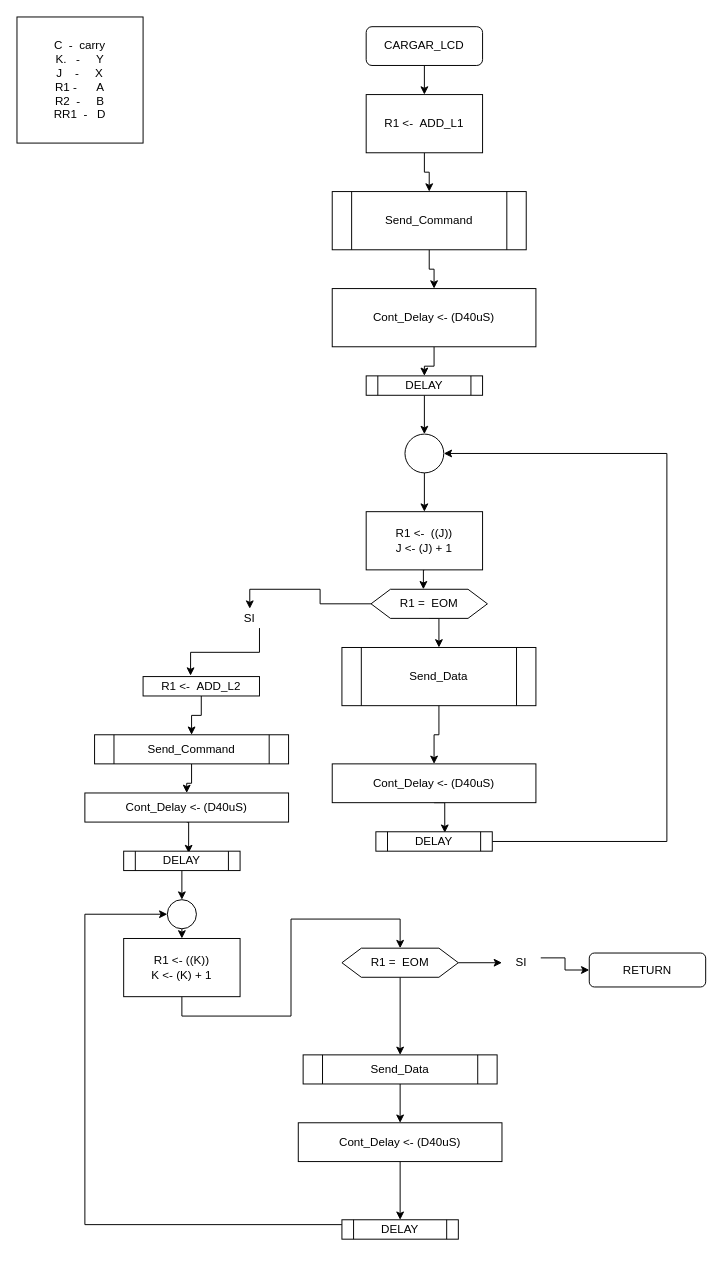
Earlier version of the draw.io diagram 8_runmeter623/diagrams/9_cargar_lcd.drawio (brown9804/Dragon12_MC9S12DP256). Source tidied: cells renumbered, new cells numbered last; positions are measured from the earlier drawing's top-left corner, leaving out a move shared by most shapes. Both pictures are drawn from the tidied source at 97%, with x=0, y=0 at pixel (16, 16).
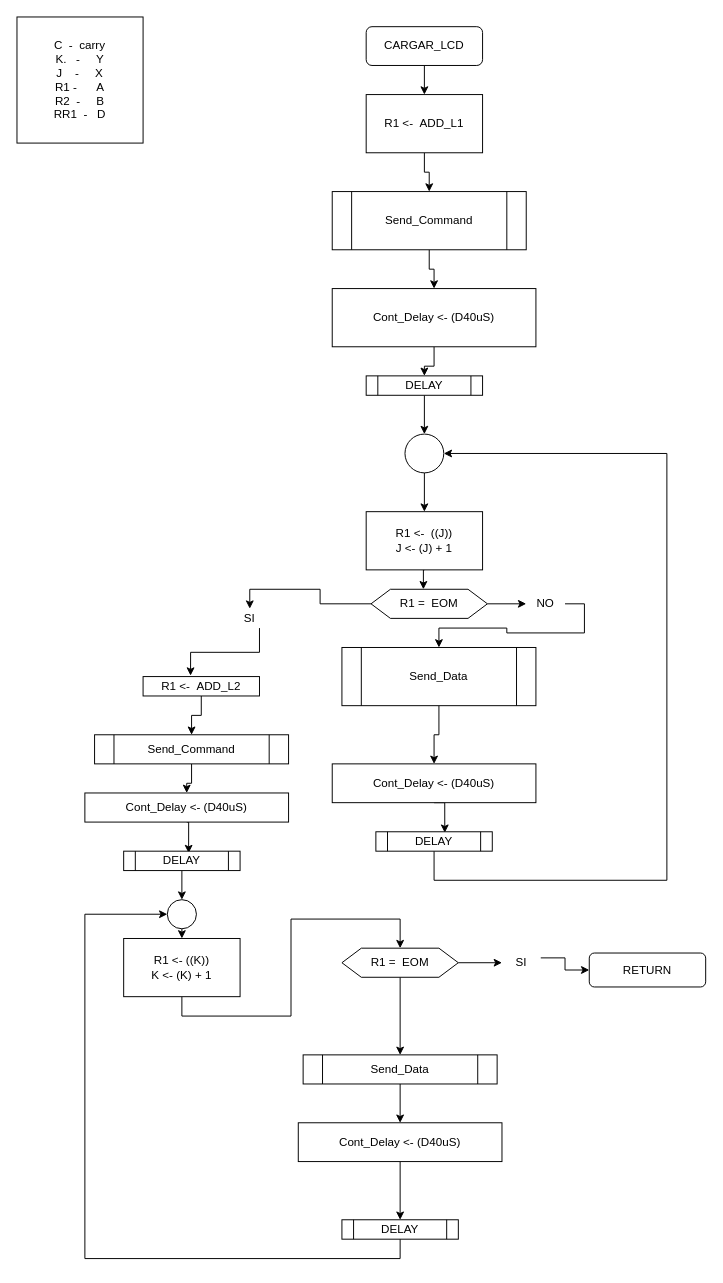
The same page after the edit.

Commit message:
final -> cargar_lcd ✅

The change refers to these unchanged cells:
```xml
<mxCell id="14" style="ellipse;whiteSpace=wrap;html=1;" parent="1" vertex="1">
  <mxGeometry x="400" y="430" width="40" height="40" as="geometry" />
</mxCell>
<mxCell id="19" value="R1 = &amp;nbsp;EOM" style="shape=hexagon;perimeter=hexagonPerimeter2;whiteSpace=wrap;html=1;fixedSize=1;" parent="1" vertex="1">
  <mxGeometry x="365" y="590" width="120" height="30" as="geometry" />
</mxCell>
<mxCell id="21" value="Send_Data" style="shape=process;whiteSpace=wrap;html=1;backgroundOutline=1;" parent="1" vertex="1">
  <mxGeometry x="335" y="650" width="200" height="60" as="geometry" />
</mxCell>
<mxCell id="25" value="DELAY" style="shape=process;whiteSpace=wrap;html=1;backgroundOutline=1;" parent="1" vertex="1">
  <mxGeometry x="370" y="840" width="120" height="20" as="geometry" />
</mxCell>
<mxCell id="40" style="ellipse;whiteSpace=wrap;html=1;" parent="1" vertex="1">
  <mxGeometry x="155" y="910" width="30" height="30" as="geometry" />
</mxCell>
<mxCell id="52" value="DELAY" style="shape=process;whiteSpace=wrap;html=1;backgroundOutline=1;" parent="1" vertex="1">
  <mxGeometry x="335" y="1240" width="120" height="20" as="geometry" />
</mxCell>
```

What changed in the source:
```diff
@@
-    <mxCell id="17" style="edgeStyle=orthogonalEdgeStyle;rounded=0;jettySize=auto;html=1;exitX=0.5;exitY=1;exitDx=0;exitDy=0;entryX=0.5;entryY=0;entryDx=0;entryDy=0;" parent="1" edge="1" source="19" target="21">
-      <mxGeometry relative="1" as="geometry" />
-    </mxCell>
@@
+    <mxCell id="53" style="edgeStyle=orthogonalEdgeStyle;rounded=0;jettySize=auto;html=1;exitX=1;exitY=0.5;exitDx=0;exitDy=0;entryX=0;entryY=0.5;entryDx=0;entryDy=0;" parent="1" edge="1" source="19" target="55">
+      <mxGeometry relative="1" as="geometry" />
+    </mxCell>
@@
-    <mxCell id="24" style="edgeStyle=orthogonalEdgeStyle;rounded=0;jettySize=auto;html=1;exitX=1;exitY=0.5;exitDx=0;exitDy=0;entryX=1;entryY=0.5;entryDx=0;entryDy=0;" parent="1" edge="1" source="25" target="14">
+    <mxCell id="24" style="edgeStyle=orthogonalEdgeStyle;rounded=0;jettySize=auto;html=1;exitX=0.5;exitY=1;exitDx=0;exitDy=0;entryX=1;entryY=0.5;entryDx=0;entryDy=0;" parent="1" edge="1" source="25" target="14">
       <mxGeometry relative="1" as="geometry">
         <Array as="points">
-          <mxPoint x="670" y="850" />
+          <mxPoint x="430" y="890" />
+          <mxPoint x="670" y="890" />
           <mxPoint x="670" y="450" />
         </Array>
       </mxGeometry>
     </mxCell>
@@
-    <mxCell id="51" style="edgeStyle=orthogonalEdgeStyle;rounded=0;jettySize=auto;html=1;exitX=0;exitY=0.25;exitDx=0;exitDy=0;entryX=0;entryY=0.5;entryDx=0;entryDy=0;" parent="1" edge="1" source="52" target="40">
+    <mxCell id="51" style="edgeStyle=orthogonalEdgeStyle;rounded=0;jettySize=auto;html=1;exitX=0.5;exitY=1;exitDx=0;exitDy=0;entryX=0;entryY=0.5;entryDx=0;entryDy=0;" parent="1" edge="1" source="52" target="40">
       <mxGeometry relative="1" as="geometry">
         <Array as="points">
-          <mxPoint x="70" y="1245" />
+          <mxPoint x="395" y="1280" />
+          <mxPoint x="70" y="1280" />
           <mxPoint x="70" y="925" />
         </Array>
       </mxGeometry>
     </mxCell>
@@
+    <mxCell id="54" style="edgeStyle=orthogonalEdgeStyle;rounded=0;jettySize=auto;html=1;exitX=1;exitY=0.5;exitDx=0;exitDy=0;" parent="1" edge="1" source="55" target="21">
+      <mxGeometry relative="1" as="geometry" />
+    </mxCell>
+    <mxCell id="55" value="NO" style="text;html=1;strokeColor=none;fillColor=none;align=center;verticalAlign=middle;whiteSpace=wrap;rounded=0;" parent="1" vertex="1">
+      <mxGeometry x="525" y="595" width="40" height="20" as="geometry" />
+    </mxCell>
```
